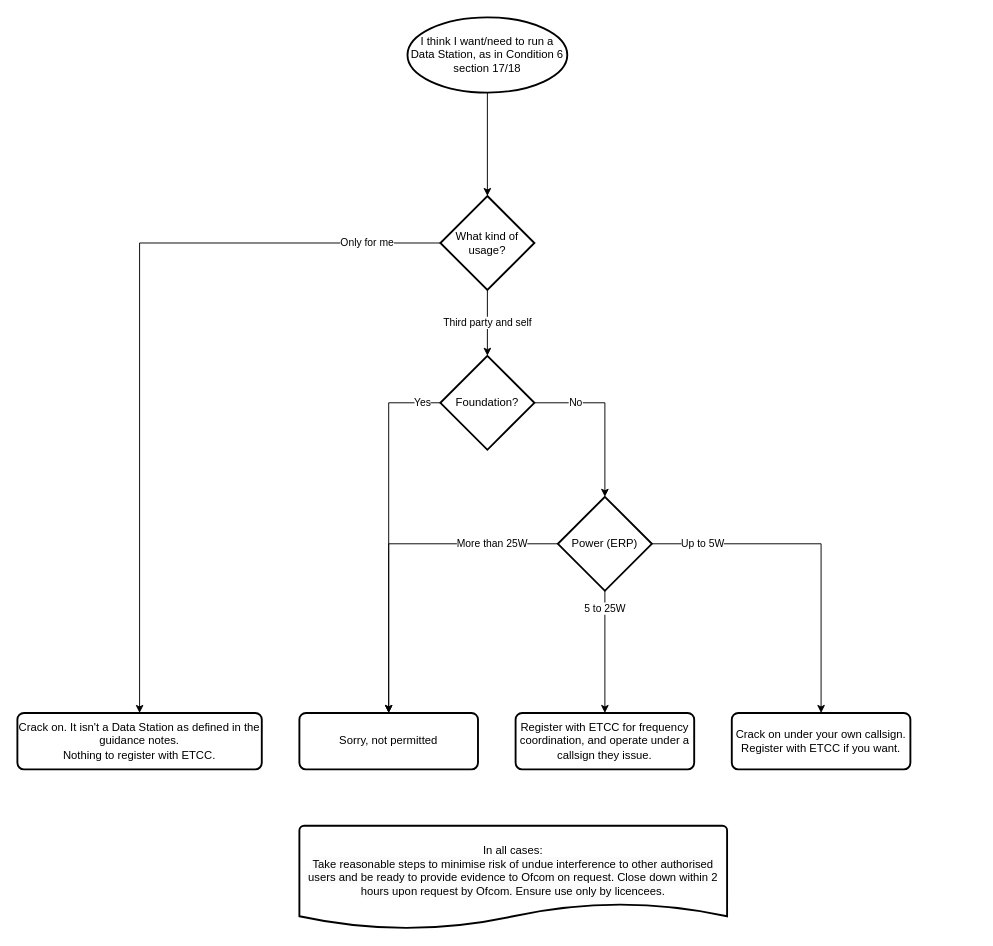
The draw.io diagram Data Station decision flowchart.drawio in Online-Amateur-Radio-Club-M0OUK/packet-radio-metadata, before the edit. Source tidied: cells renumbered, new cells numbered last; positions are measured from the earlier drawing's top-left corner, leaving out a move shared by most shapes. Both pictures are drawn from the tidied source at 94%, with x=0, y=0 at pixel (17, 17).
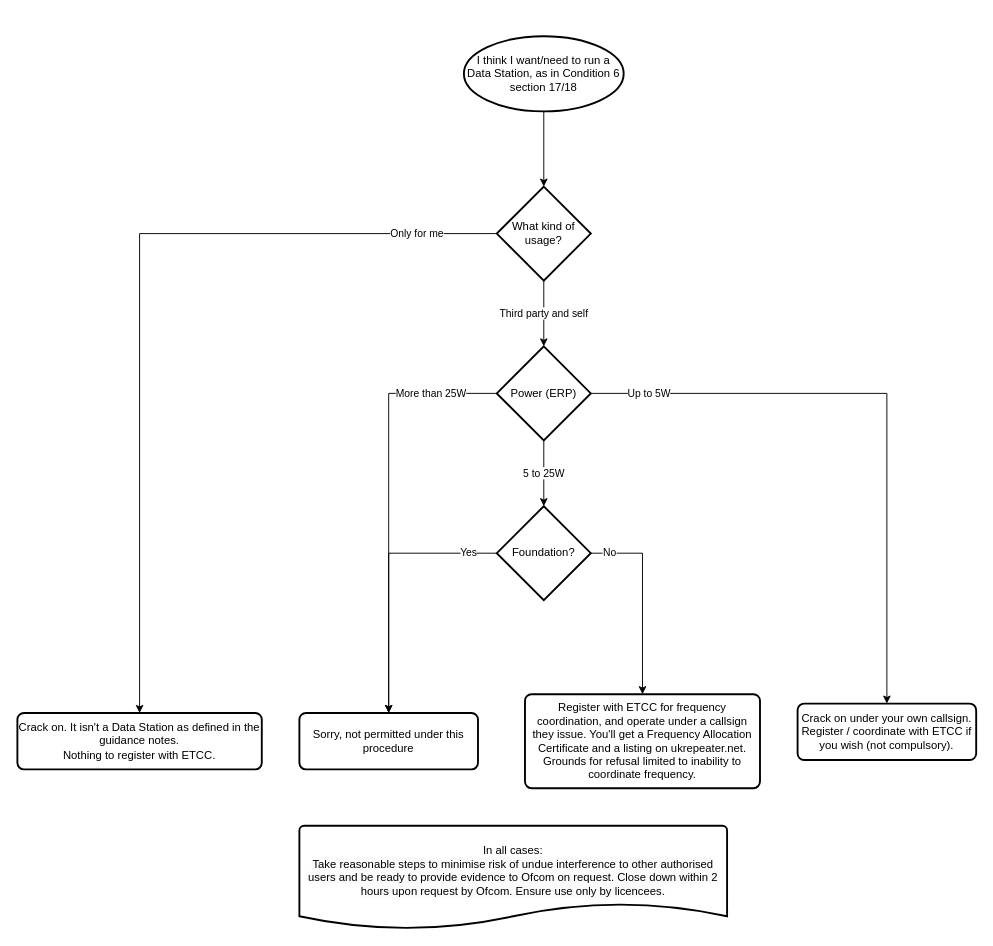
The same diagram, later.

Diff of the diagram source:
```diff
@@
-    <mxCell id="3" value="Crack on under your own callsign.&lt;br&gt;Register with ETCC if you want." style="rounded=1;whiteSpace=wrap;html=1;absoluteArcSize=1;arcSize=14;strokeWidth=2;" parent="1" vertex="1">
-      <mxGeometry x="760" y="740" width="190" height="60" as="geometry" />
+    <mxCell id="3" value="Crack on under your own callsign.&lt;br&gt;Register / coordinate with ETCC if you wish (not compulsory)." style="rounded=1;whiteSpace=wrap;html=1;absoluteArcSize=1;arcSize=14;strokeWidth=2;" parent="1" vertex="1">
+      <mxGeometry x="830" y="730" width="190" height="60" as="geometry" />
     </mxCell>
-    <mxCell id="4" value="Register with ETCC for frequency coordination, and operate under a callsign they issue." style="rounded=1;whiteSpace=wrap;html=1;absoluteArcSize=1;arcSize=14;strokeWidth=2;" parent="1" vertex="1">
-      <mxGeometry x="530" y="740" width="190" height="60" as="geometry" />
+    <mxCell id="4" value="Register with ETCC for frequency coordination, and operate under a callsign they issue. You'll get a Frequency Allocation Certificate and a listing on ukrepeater.net. Grounds for refusal limited to inability to coordinate frequency." style="rounded=1;whiteSpace=wrap;html=1;absoluteArcSize=1;arcSize=14;strokeWidth=2;" parent="1" vertex="1">
+      <mxGeometry x="540" y="720" width="250" height="100" as="geometry" />
     </mxCell>
-    <mxCell id="5" value="Sorry, not permitted" style="rounded=1;whiteSpace=wrap;html=1;absoluteArcSize=1;arcSize=14;strokeWidth=2;" parent="1" vertex="1">
+    <mxCell id="5" value="Sorry, not permitted under this procedure" style="rounded=1;whiteSpace=wrap;html=1;absoluteArcSize=1;arcSize=14;strokeWidth=2;" parent="1" vertex="1">
       <mxGeometry x="300" y="740" width="190" height="60" as="geometry" />
     </mxCell>
     <mxCell id="6" value="I think I want/need to run a Data Station, as in Condition 6 section 17/18" style="strokeWidth=2;html=1;shape=mxgraph.flowchart.start_1;whiteSpace=wrap;" parent="1" vertex="1">
-      <mxGeometry x="415" width="170" height="80" as="geometry" />
+      <mxGeometry x="475" y="20" width="170" height="80" as="geometry" />
     </mxCell>
-    <mxCell id="7" value="Yes" style="edgeStyle=orthogonalEdgeStyle;rounded=0;jettySize=auto;html=1;exitX=0;exitY=0.5;exitDx=0;exitDy=0;exitPerimeter=0;entryX=0.5;entryY=0;entryDx=0;entryDy=0;" parent="1" edge="1" source="9" target="5">
-      <mxGeometry x="-0.9" relative="1" as="geometry" />
-    </mxCell>
-    <mxCell id="8" value="No" style="edgeStyle=orthogonalEdgeStyle;rounded=0;jettySize=auto;html=1;entryX=0.5;entryY=0;entryDx=0;entryDy=0;entryPerimeter=0;" parent="1" edge="1" source="9" target="17">
-      <mxGeometry x="-0.5" relative="1" as="geometry" />
-    </mxCell>
-    <mxCell id="9" value="Foundation?" style="strokeWidth=2;html=1;shape=mxgraph.flowchart.decision;whiteSpace=wrap;" parent="1" vertex="1">
-      <mxGeometry x="450" y="360" width="100" height="100" as="geometry" />
-    </mxCell>
@@
     <mxCell id="11" value="What kind of usage?" style="strokeWidth=2;html=1;shape=mxgraph.flowchart.decision;whiteSpace=wrap;" parent="1" vertex="1">
-      <mxGeometry x="450" y="190" width="100" height="100" as="geometry" />
+      <mxGeometry x="510" y="180" width="100" height="100" as="geometry" />
     </mxCell>
-    <mxCell id="12" value="Third party and self" style="edgeStyle=orthogonalEdgeStyle;rounded=0;jettySize=auto;html=1;exitX=0.5;exitY=1;exitDx=0;exitDy=0;exitPerimeter=0;entryX=0.5;entryY=0;entryDx=0;entryDy=0;entryPerimeter=0;" parent="1" edge="1" source="11" target="9">
+    <mxCell id="12" value="Third party and self" style="edgeStyle=orthogonalEdgeStyle;rounded=0;jettySize=auto;html=1;exitX=0.5;exitY=1;exitDx=0;exitDy=0;exitPerimeter=0;" parent="1" edge="1" source="11" target="17">
       <mxGeometry relative="1" as="geometry" />
     </mxCell>
@@
+    <mxCell id="15" value="More than 25W" style="edgeStyle=orthogonalEdgeStyle;rounded=0;jettySize=auto;html=1;exitX=0;exitY=0.5;exitDx=0;exitDy=0;exitPerimeter=0;entryX=0.5;entryY=0;entryDx=0;entryDy=0;" parent="1" edge="1" source="17" target="5">
+      <mxGeometry x="-0.69" relative="1" as="geometry">
+        <mxPoint x="1" as="offset" />
+      </mxGeometry>
+    </mxCell>
     <mxCell id="14" value="Up to 5W" style="edgeStyle=orthogonalEdgeStyle;rounded=0;jettySize=auto;html=1;exitX=1;exitY=0.5;exitDx=0;exitDy=0;exitPerimeter=0;entryX=0.5;entryY=0;entryDx=0;entryDy=0;" parent="1" edge="1" source="17" target="3">
-      <mxGeometry x="-0.7" relative="1" as="geometry">
-        <Array as="points">
-          <mxPoint x="855" y="560" />
-        </Array>
+      <mxGeometry x="-0.81" relative="1" as="geometry">
+        <mxPoint x="1" as="offset" />
       </mxGeometry>
     </mxCell>
-    <mxCell id="15" value="More than 25W" style="edgeStyle=orthogonalEdgeStyle;rounded=0;jettySize=auto;html=1;exitX=0;exitY=0.5;exitDx=0;exitDy=0;exitPerimeter=0;entryX=0.5;entryY=0;entryDx=0;entryDy=0;" parent="1" edge="1" source="17" target="5">
-      <mxGeometry x="-0.61" relative="1" as="geometry">
-        <Array as="points">
-          <mxPoint x="395" y="560" />
-        </Array>
-      </mxGeometry>
-    </mxCell>
-    <mxCell id="16" value="5 to 25W" style="edgeStyle=orthogonalEdgeStyle;rounded=0;jettySize=auto;html=1;exitX=0.5;exitY=1;exitDx=0;exitDy=0;exitPerimeter=0;entryX=0.5;entryY=0;entryDx=0;entryDy=0;" parent="1" edge="1" source="17" target="4">
-      <mxGeometry x="-0.71" relative="1" as="geometry" />
-    </mxCell>
     <mxCell id="17" value="Power (ERP)" style="strokeWidth=2;html=1;shape=mxgraph.flowchart.decision;whiteSpace=wrap;" parent="1" vertex="1">
-      <mxGeometry x="575" y="510" width="100" height="100" as="geometry" />
+      <mxGeometry x="510" y="350" width="100" height="100" as="geometry" />
     </mxCell>
@@
+    <mxCell id="7" value="Yes" style="edgeStyle=orthogonalEdgeStyle;rounded=0;jettySize=auto;html=1;exitX=0;exitY=0.5;exitDx=0;exitDy=0;exitPerimeter=0;entryX=0.5;entryY=0;entryDx=0;entryDy=0;" parent="1" edge="1" source="9" target="5">
+      <mxGeometry x="-0.79" relative="1" as="geometry" />
+    </mxCell>
+    <mxCell id="8" value="No" style="edgeStyle=orthogonalEdgeStyle;rounded=0;jettySize=auto;html=1;exitX=1;exitY=0.5;exitDx=0;exitDy=0;exitPerimeter=0;entryX=0.5;entryY=0;entryDx=0;entryDy=0;" parent="1" edge="1" source="9" target="4">
+      <mxGeometry x="-0.8" relative="1" as="geometry" />
+    </mxCell>
+    <mxCell id="9" value="Foundation?" style="strokeWidth=2;html=1;shape=mxgraph.flowchart.decision;whiteSpace=wrap;" parent="1" vertex="1">
+      <mxGeometry x="510" y="520" width="100" height="100" as="geometry" />
+    </mxCell>
+    <mxCell id="16" value="5 to 25W" style="edgeStyle=orthogonalEdgeStyle;rounded=0;jettySize=auto;html=1;exitX=0.5;exitY=1;exitDx=0;exitDy=0;exitPerimeter=0;entryX=0.5;entryY=0;entryDx=0;entryDy=0;entryPerimeter=0;" parent="1" edge="1" source="17" target="9">
+      <mxGeometry relative="1" as="geometry" />
+    </mxCell>
```
